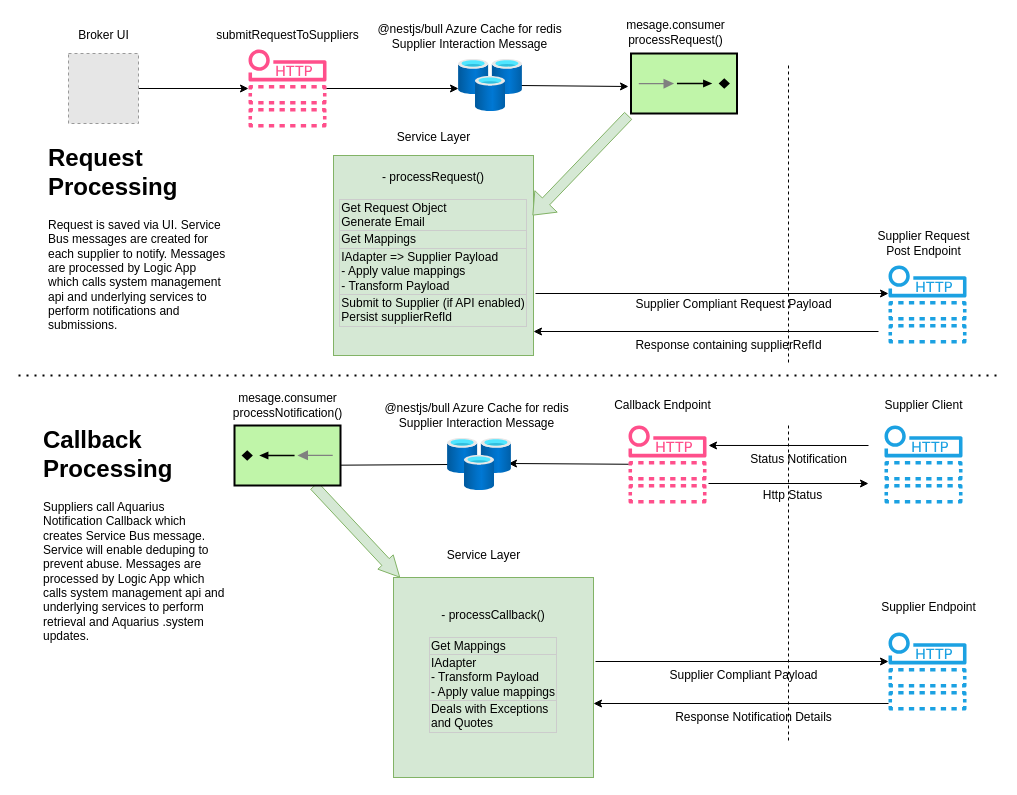
This is message-workflow-v2.drawio from jmsantoro/aquarius, a draw.io file, before an edit. Source tidied: cells renumbered, new cells numbered last; positions are measured from the earlier drawing's top-left corner, leaving out a move shared by most shapes. Both pictures are drawn from the tidied source at 100%, with x=0, y=0 at pixel (18, 17). Pictures stored in the file or linked from it are replaced by grey dashed boxes.
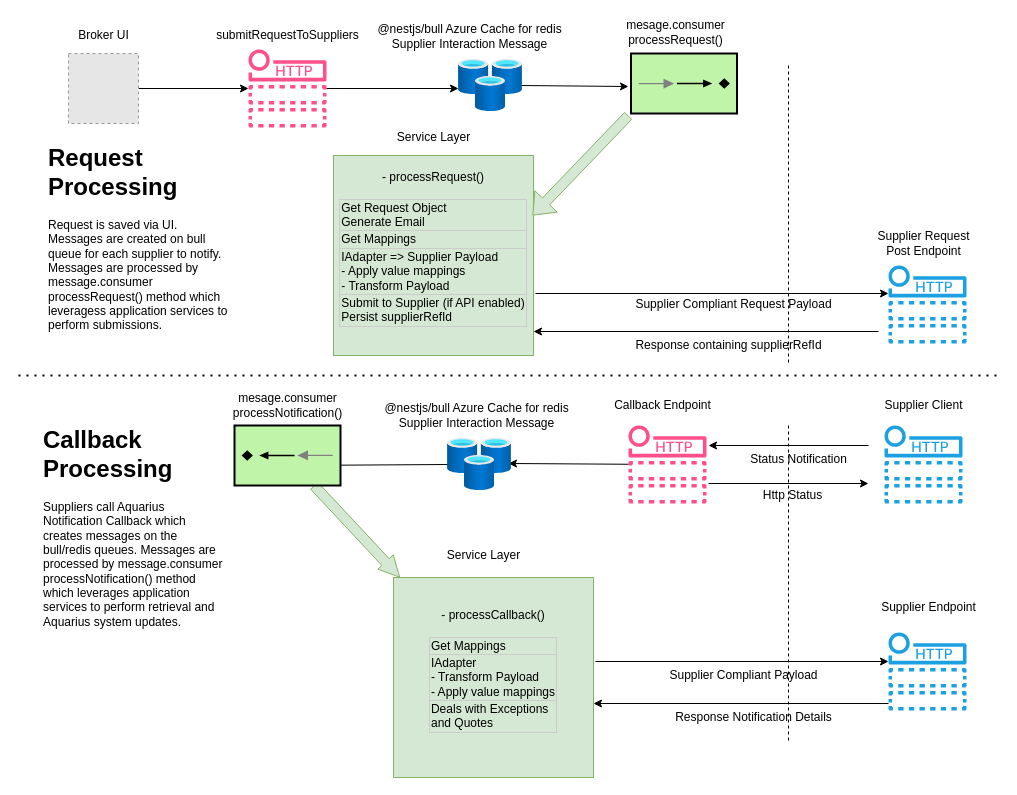
After the change.

Diff of the diagram source:
```diff
@@
-    <mxCell id="43" value="&lt;h1&gt;Request Processing&lt;br&gt;&lt;/h1&gt;&lt;p&gt;Request is saved via UI. Service Bus messages are created for each supplier to notify. Messages are processed by Logic App which calls system management api and underlying services to perform notifications and submissions.&lt;br&gt;&lt;/p&gt;" style="text;html=1;strokeColor=none;fillColor=none;spacing=5;spacingTop=-20;whiteSpace=wrap;overflow=hidden;rounded=0;align=left;" parent="1" vertex="1">
+    <mxCell id="43" value="&lt;h1&gt;Request Processing&lt;br&gt;&lt;/h1&gt;&lt;p&gt;Request is saved via UI. Messages are created on bull queue for each supplier to notify. Messages are processed by message.consumer processRequest() method which leveragess application services to perform submissions.&lt;br&gt;&lt;/p&gt;" style="text;html=1;strokeColor=none;fillColor=none;spacing=5;spacingTop=-20;whiteSpace=wrap;overflow=hidden;rounded=0;align=left;" parent="1" vertex="1">
       <mxGeometry x="25" y="121" width="190" height="197" as="geometry" />
     </mxCell>
-    <mxCell id="44" value="&lt;h1&gt;Callback Processing&lt;br&gt;&lt;/h1&gt;&lt;p&gt;Suppliers call Aquarius Notification Callback which creates Service Bus message. Service will enable deduping to prevent abuse. Messages are processed by Logic App which calls system management api and underlying services to perform retrieval and Aquarius .system updates.&lt;br&gt;&lt;/p&gt;" style="text;html=1;strokeColor=none;fillColor=none;spacing=5;spacingTop=-20;whiteSpace=wrap;overflow=hidden;rounded=0;align=left;" parent="1" vertex="1">
+    <mxCell id="44" value="&lt;h1&gt;Callback Processing&lt;br&gt;&lt;/h1&gt;&lt;p&gt;Suppliers call Aquarius Notification Callback which creates messages on the bull/redis queues. Messages are processed by message.consumer processNotification() method&amp;nbsp; which leverages application services to perform retrieval and Aquarius system updates.&lt;br&gt;&lt;/p&gt;" style="text;html=1;strokeColor=none;fillColor=none;spacing=5;spacingTop=-20;whiteSpace=wrap;overflow=hidden;rounded=0;align=left;" parent="1" vertex="1">
       <mxGeometry x="20" y="403" width="190" height="235" as="geometry" />
     </mxCell>
```
